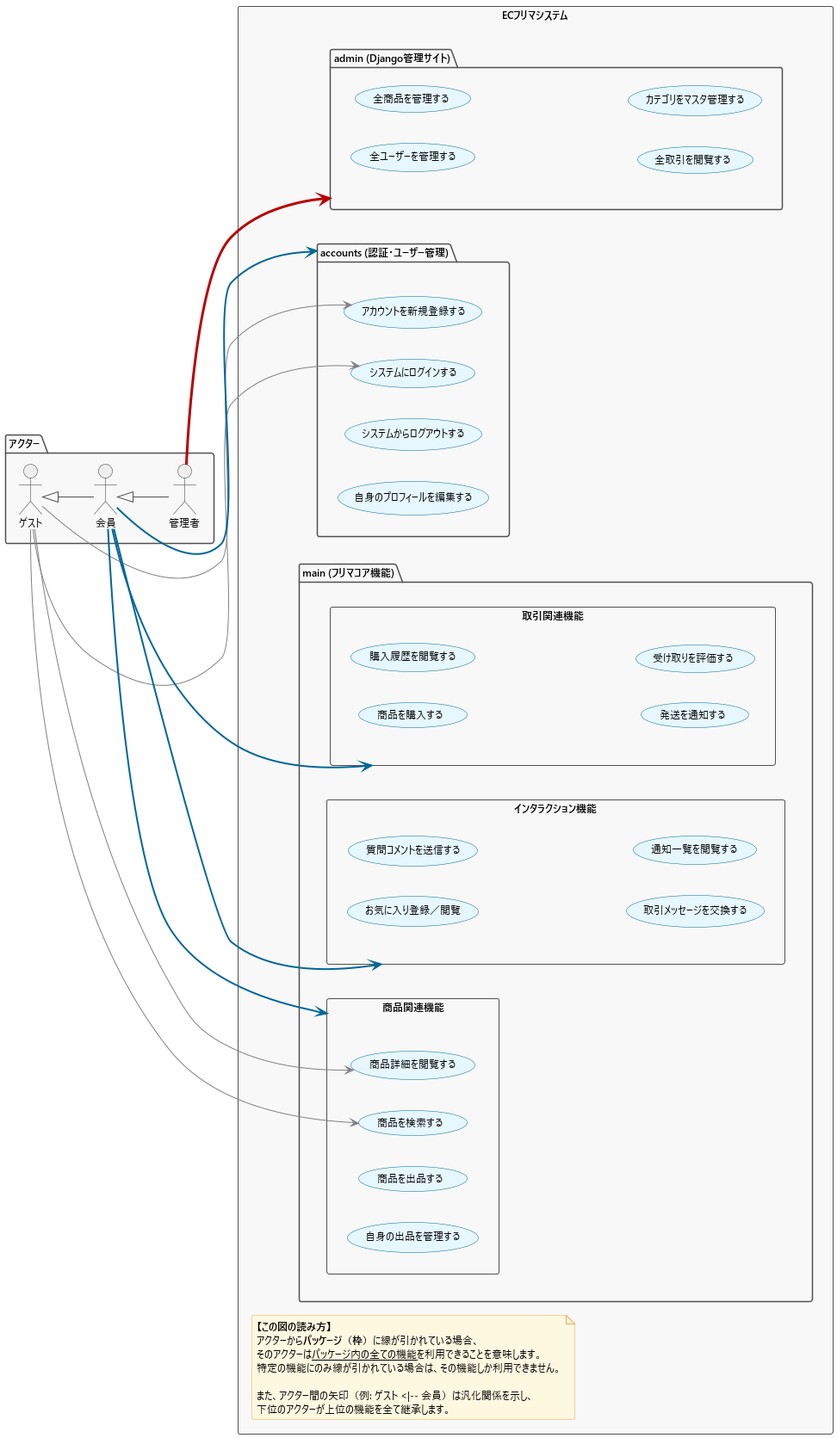
Earlier version of the PlantUML export Design/image/ユースケース図.png (kairi-fujii/PythonSystemDevelopment).
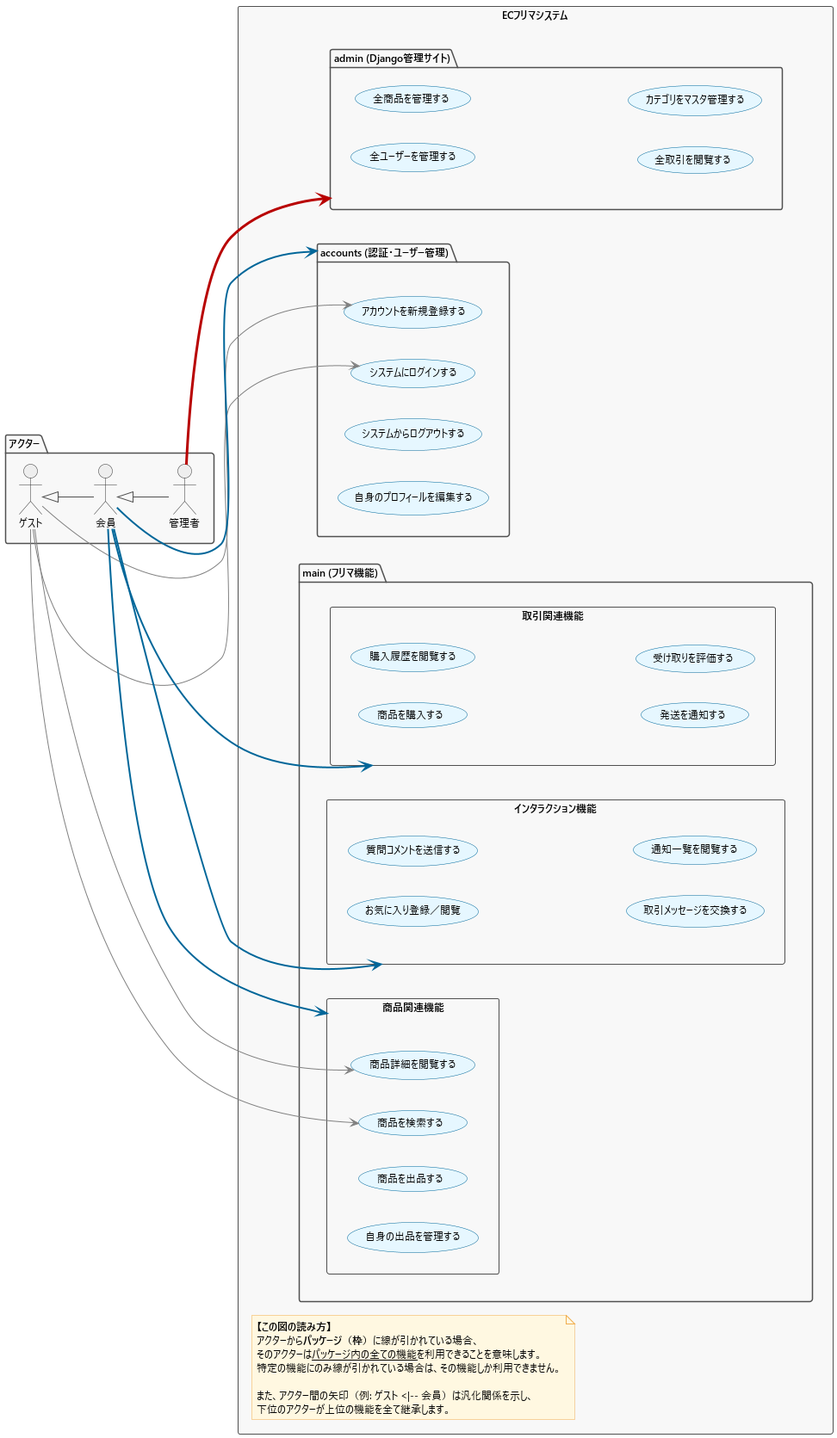
The same file after the commit.

Change to the diagram source:
```diff
@@ -44,7 +44,7 @@
         usecase "自身のプロフィールを編集する" as UC_EditProfile
     }
 
-    package "main (フリマコア機能)" {
+    package "main (フリマ機能)" {
 
         rectangle "商品関連機能" as PkgProduct {
             usecase "商品を検索する" as UC_Search
```
